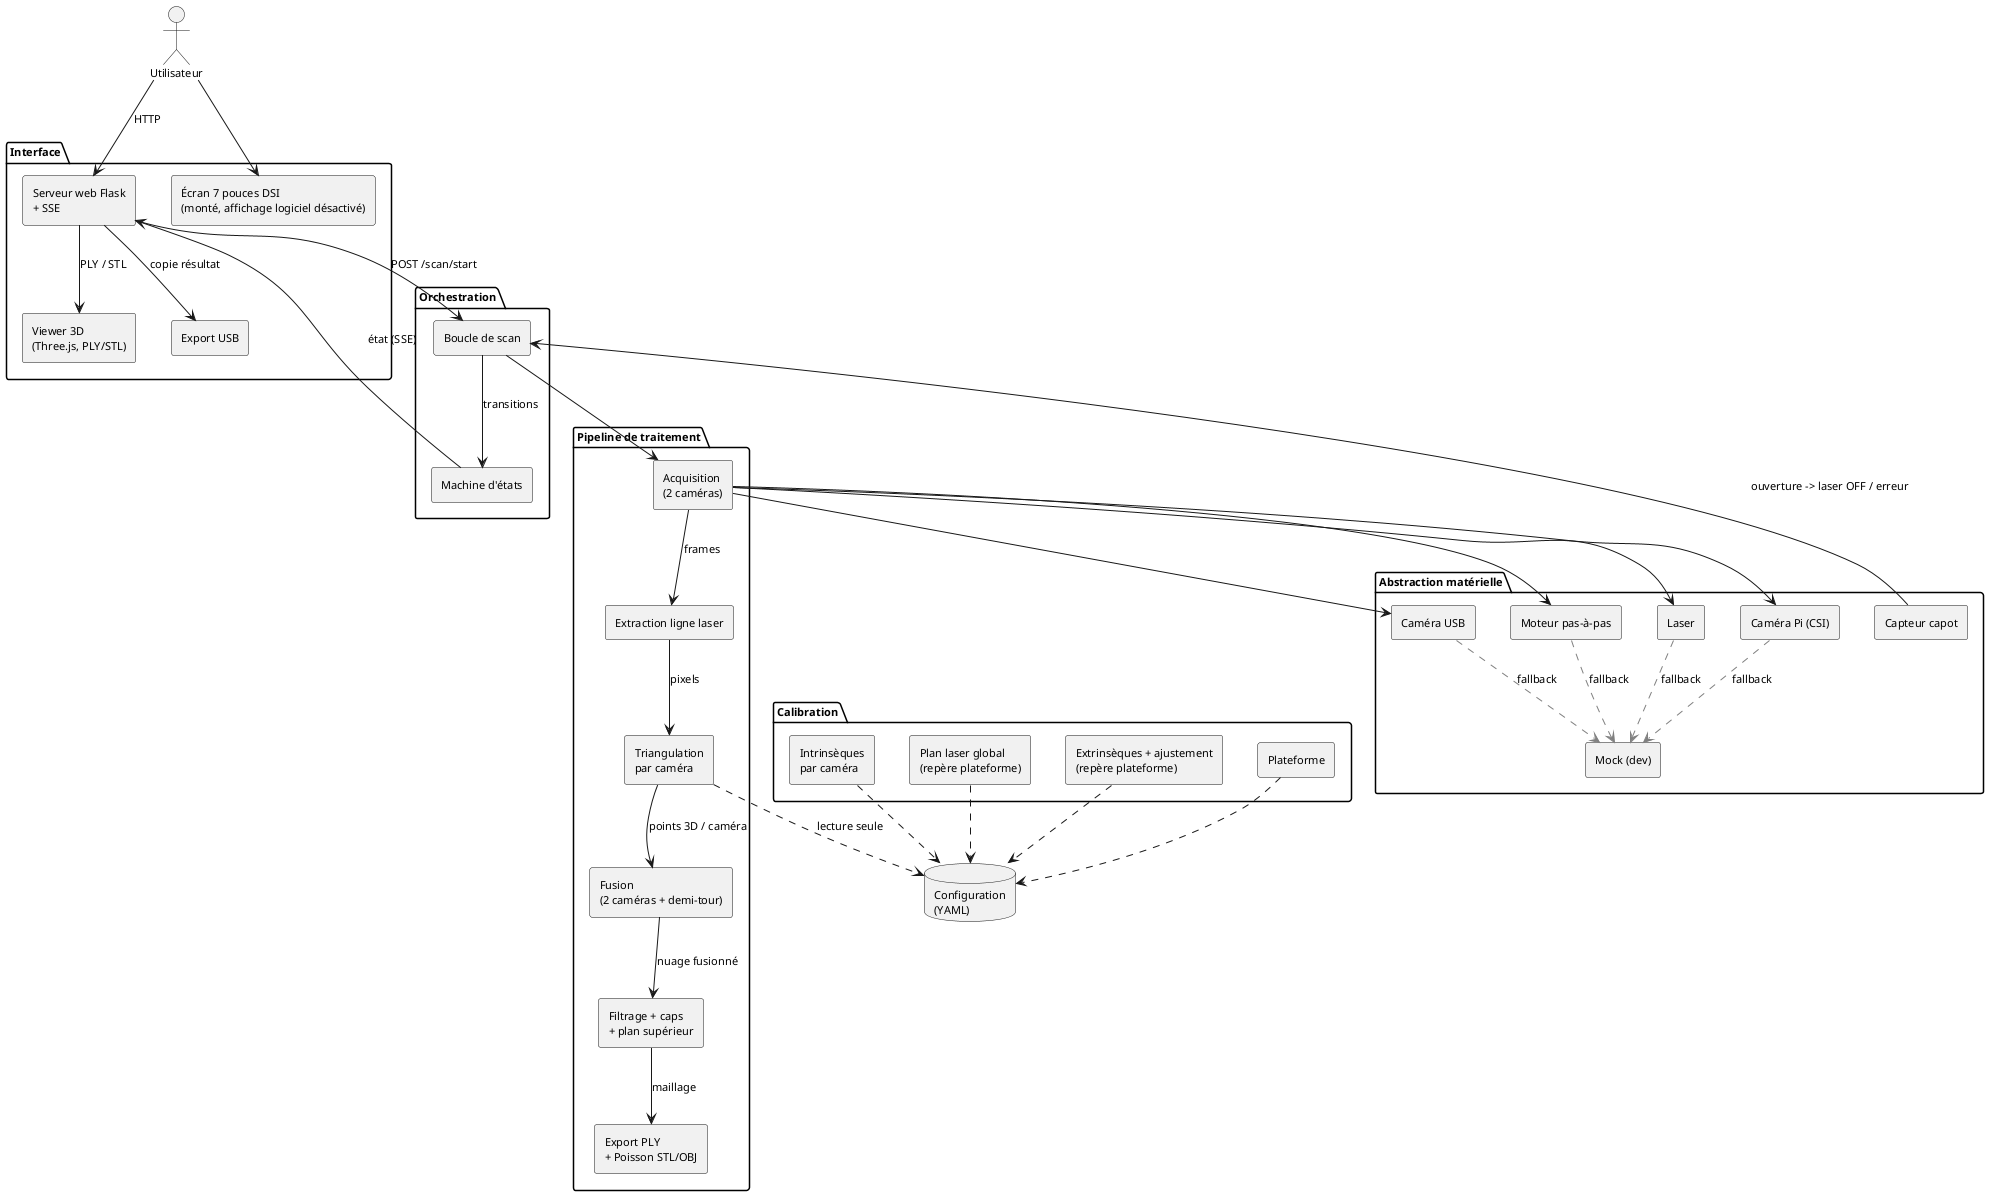
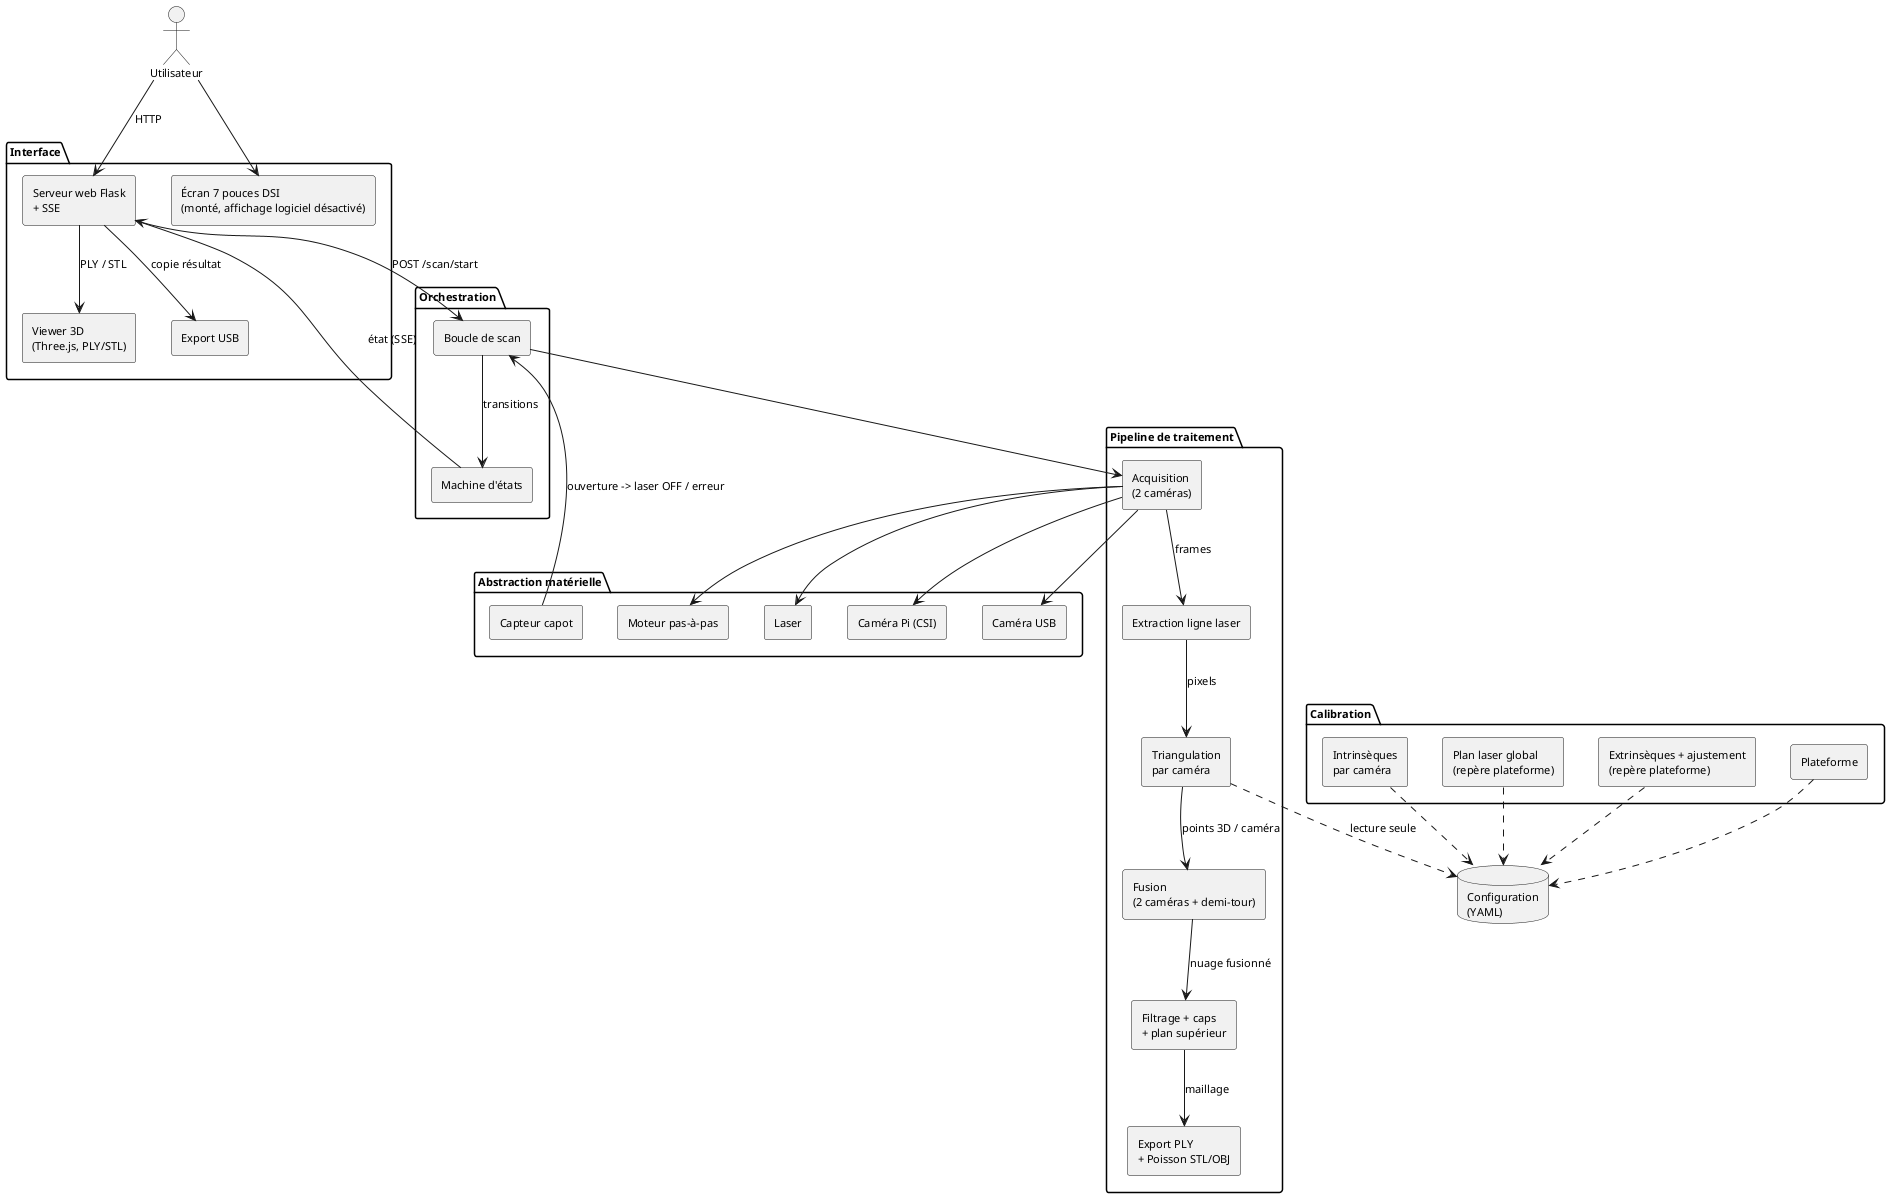
@startuml architecture_composants
' Diagramme de composants — architecture logicielle du Scanner 3D
' Rendu : plantuml -tpdf architecture_composants.puml

skinparam componentStyle rectangle
skinparam shadowing false
skinparam defaultFontName Latin Modern Roman
skinparam defaultFontSize 11


actor "Utilisateur" as user

package "Interface" {
  [Serveur web Flask\n+ SSE] as web
  [Viewer 3D\n(Three.js, PLY/STL)] as viewer
  [Écran 7 pouces DSI\n(monté, affichage logiciel désactivé)] as display
  [Export USB] as usb
}

package "Orchestration" {
  [Machine d'états] as fsm
  [Boucle de scan] as scan
}

package "Pipeline de traitement" {
  [Acquisition\n(2 caméras)] as acq
  [Extraction ligne laser] as line
  [Triangulation\npar caméra] as tri
  [Fusion\n(2 caméras + demi-tour)] as fuse
  [Filtrage + caps\n+ plan supérieur] as recon
  [Export PLY\n+ Poisson STL/OBJ] as export
}

package "Calibration" {
  [Intrinsèques\npar caméra] as calib_cam
  [Plan laser global\n(repère plateforme)] as calib_laser
  [Extrinsèques + ajustement\n(repère plateforme)] as calib_ext
  [Plateforme] as calib_plat
}

package "Abstraction matérielle" {
  [Caméra Pi (CSI)] as hw_cam
  [Caméra USB] as hw_usb
  [Moteur pas-à-pas] as hw_motor
  [Laser] as hw_laser
  [Capteur capot] as hw_door
-   [Mock (dev)] as hw_mock
}

database "Configuration\n(YAML)" as cfg

user --> web : HTTP
user --> display
web --> viewer : PLY / STL
web --> usb : copie résultat
web --> scan : POST /scan/start
web <-- fsm : état (SSE)
scan --> fsm : transitions
scan --> acq
acq --> hw_motor
acq --> hw_laser
acq --> hw_cam
acq --> hw_usb
acq --> line : frames
line --> tri : pixels
tri --> fuse : points 3D / caméra
fuse --> recon : nuage fusionné
recon --> export : maillage
hw_door --> scan : ouverture -> laser OFF / erreur
calib_cam ..> cfg
calib_laser ..> cfg
calib_ext ..> cfg
calib_plat ..> cfg
tri ..> cfg : lecture seule
- hw_cam .[#gray].> hw_mock : fallback
- hw_usb .[#gray].> hw_mock : fallback
- hw_motor .[#gray].> hw_mock : fallback
- hw_laser .[#gray].> hw_mock : fallback

@enduml
